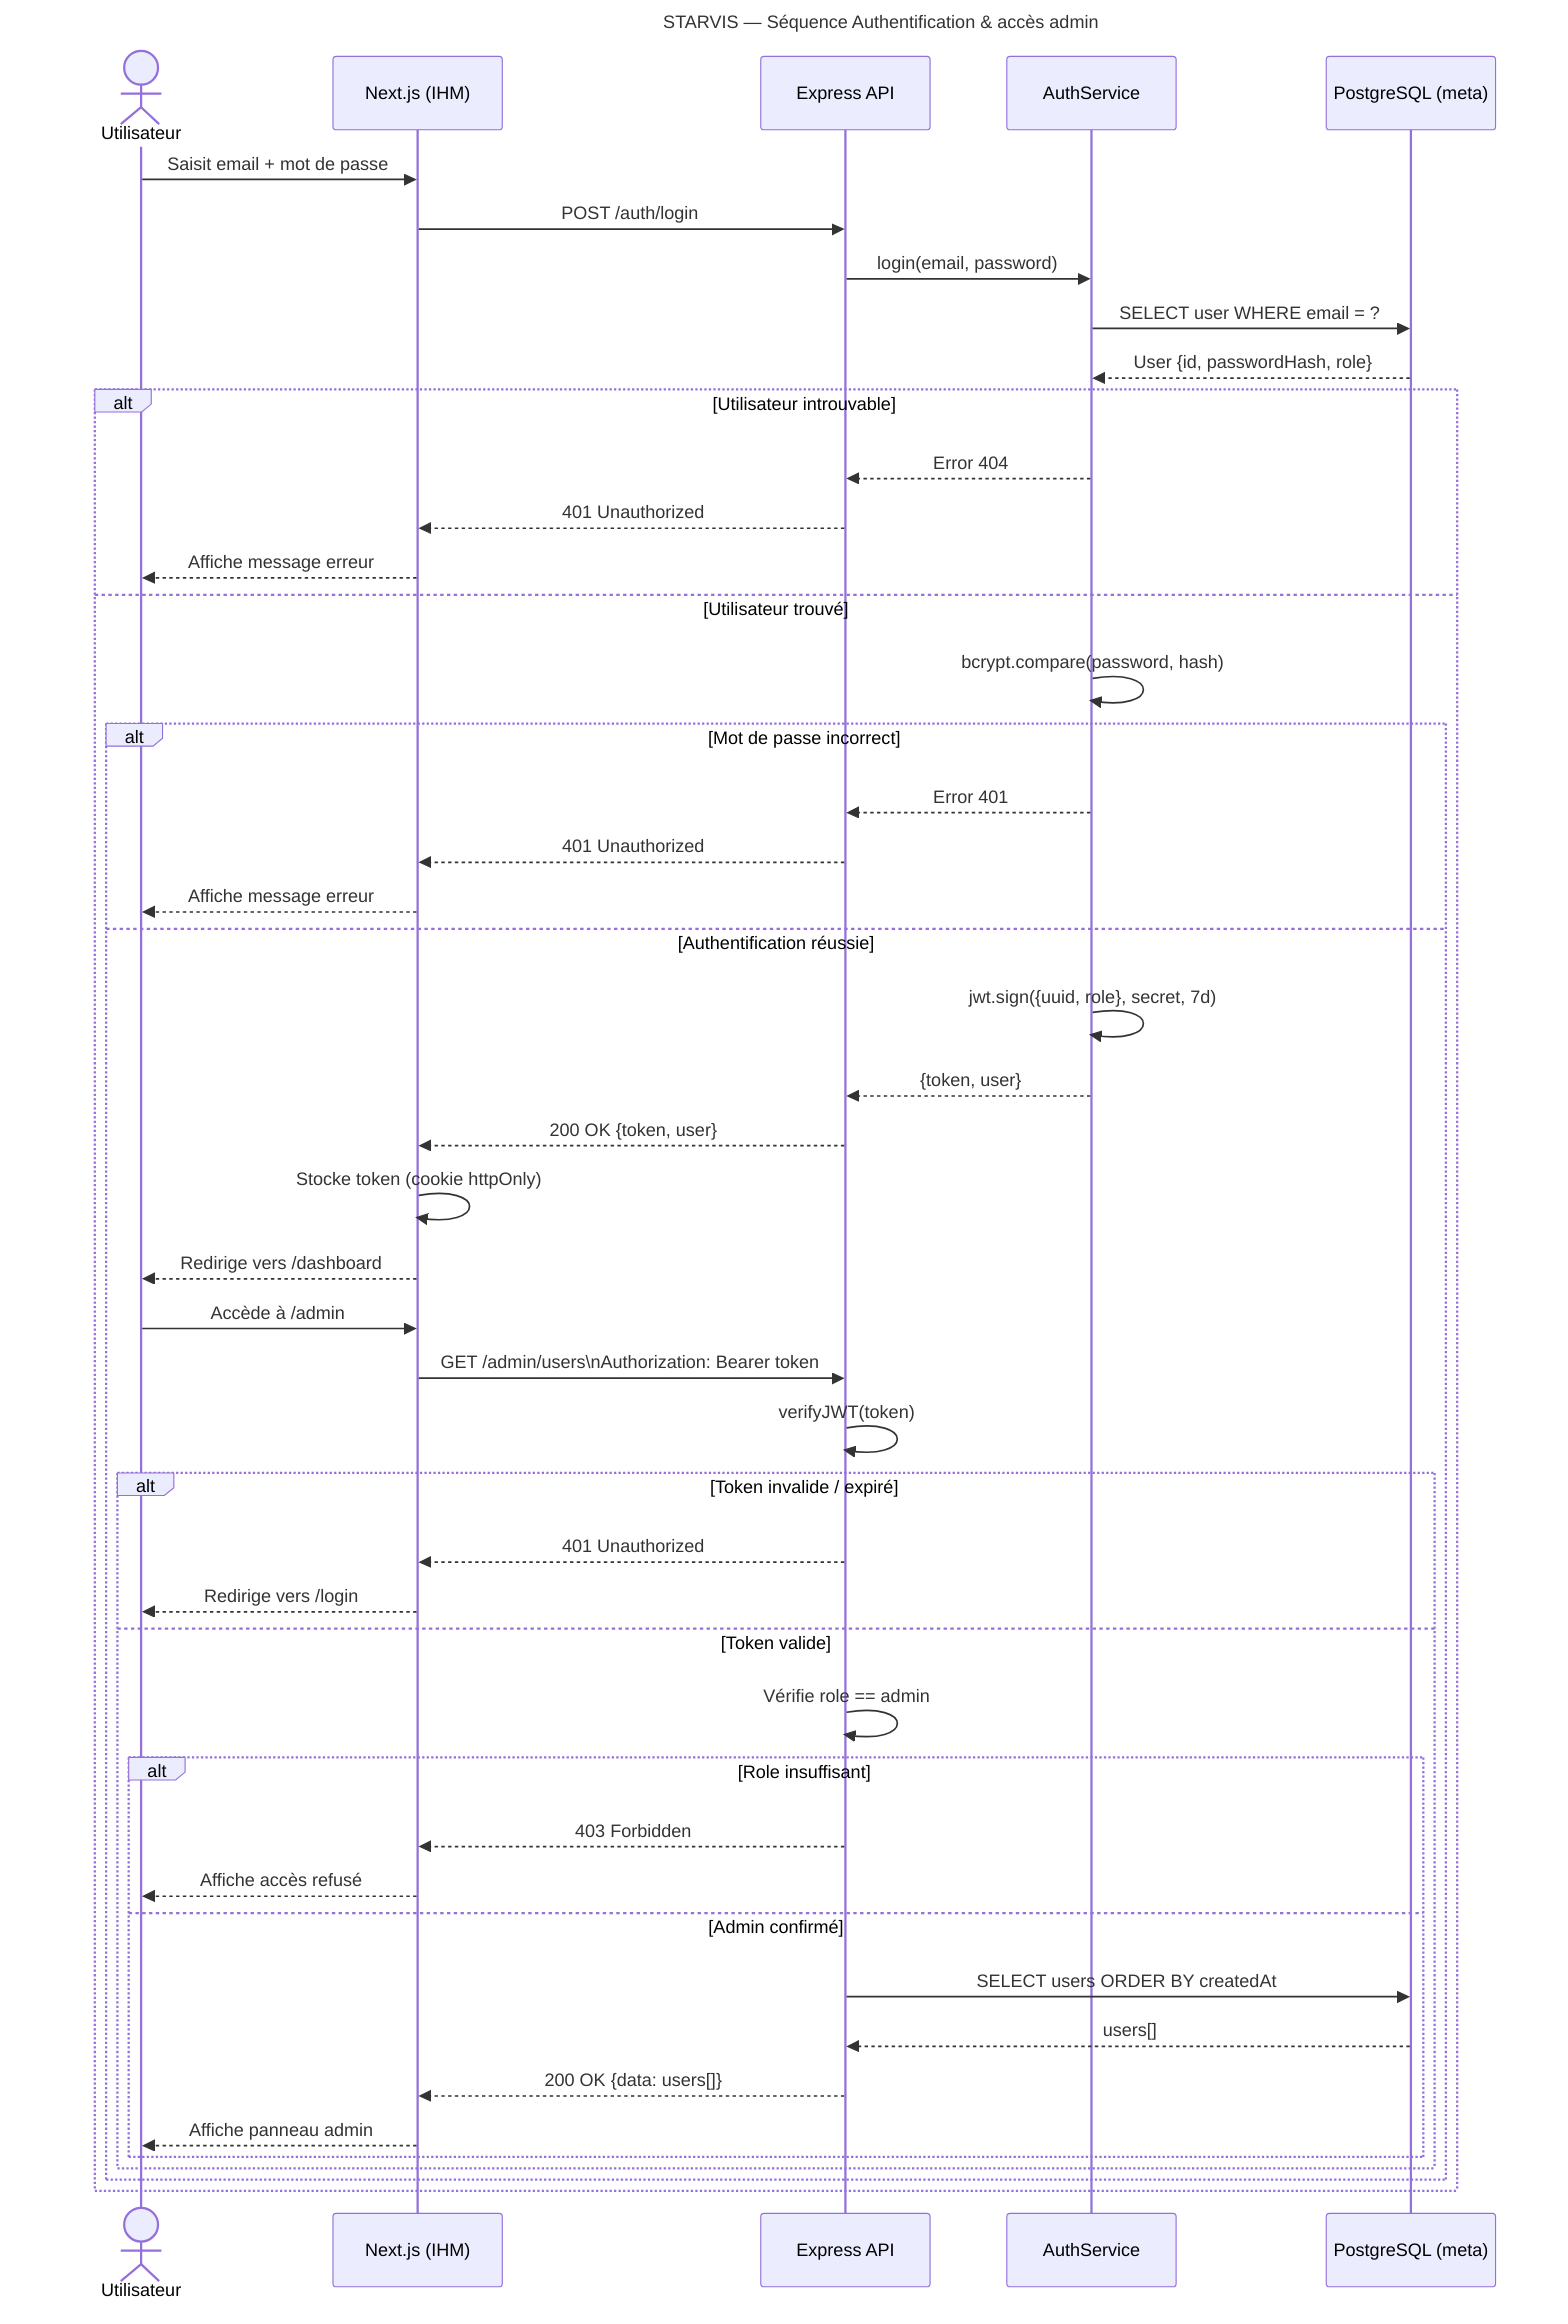
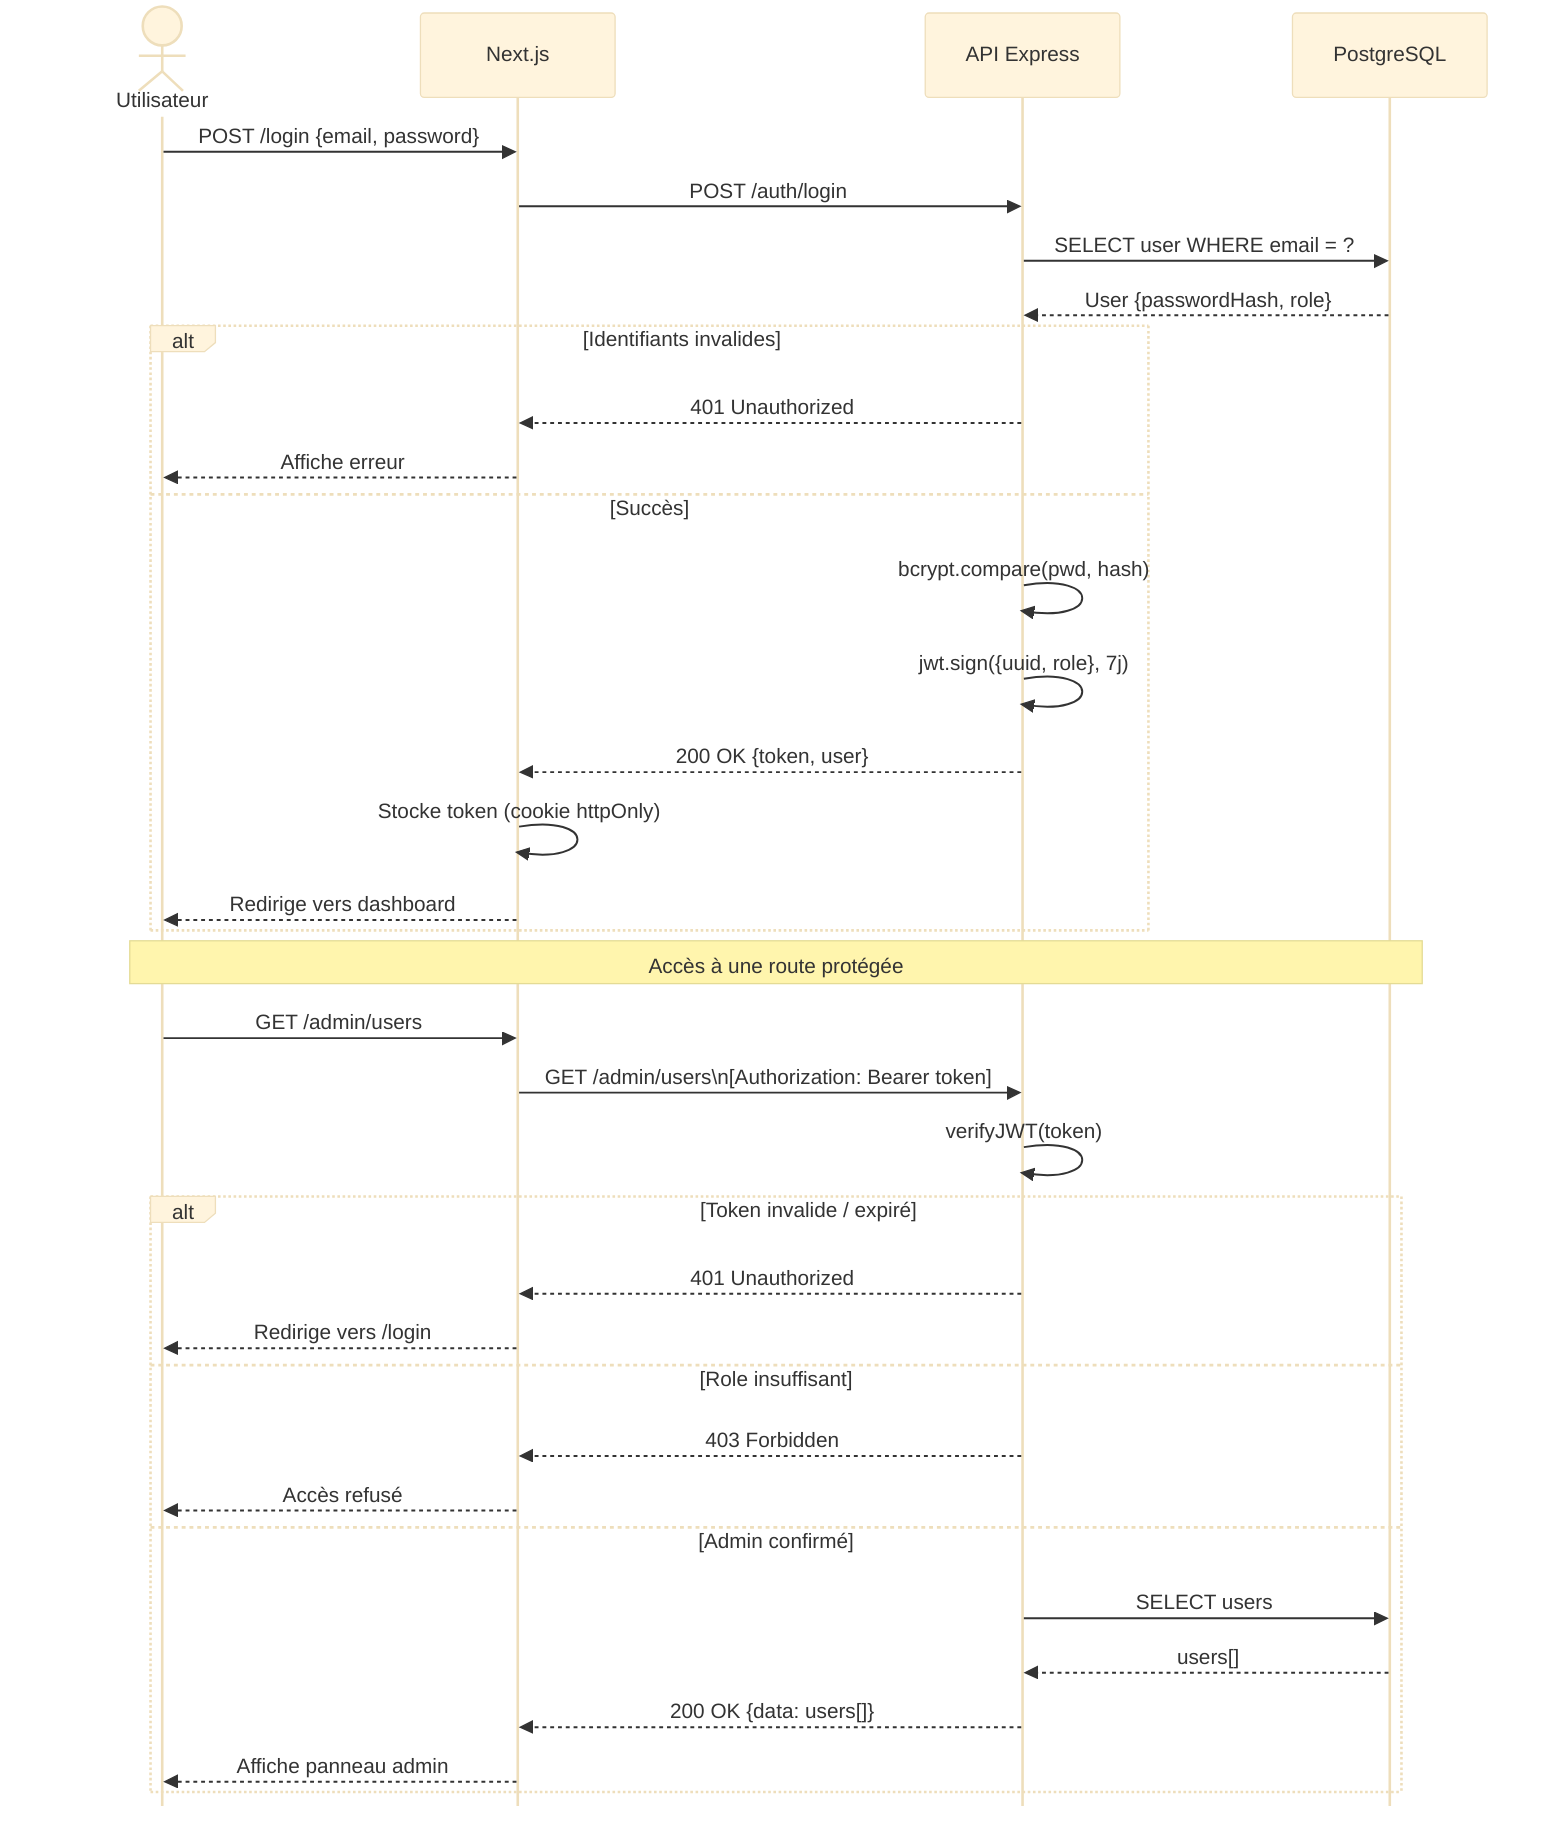
- ---
- title: STARVIS — Séquence Authentification & accès admin
- ---
+ %%{init: {'theme': 'base', 'themeVariables': {'fontSize': '13px', 'fontFamily': 'Arial'}, 'sequence': {'actorFontSize': 13, 'messageFontSize': 12, 'mirrorActors': false, 'useMaxWidth': true, 'boxMargin': 8, 'noteMargin': 8}}}%%
sequenceDiagram
    actor U as Utilisateur
-     participant IHM as Next.js (IHM)
-     participant API as Express API
-     participant Auth as AuthService
-     participant DB as PostgreSQL (meta)
+     participant IHM as Next.js
+     participant API as API Express
+     participant DB as PostgreSQL

-     U->>IHM: Saisit email + mot de passe
+     U->>IHM: POST /login {email, password}
    IHM->>API: POST /auth/login
-     API->>Auth: login(email, password)
-     Auth->>DB: SELECT user WHERE email = ?
-     DB-->>Auth: User {id, passwordHash, role}
+     API->>DB: SELECT user WHERE email = ?
+     DB-->>API: User {passwordHash, role}

-     alt Utilisateur introuvable
-         Auth-->>API: Error 404
+     alt Identifiants invalides
        API-->>IHM: 401 Unauthorized
-         IHM-->>U: Affiche message erreur
-     else Utilisateur trouvé
-         Auth->>Auth: bcrypt.compare(password, hash)
-         alt Mot de passe incorrect
-             Auth-->>API: Error 401
-             API-->>IHM: 401 Unauthorized
-             IHM-->>U: Affiche message erreur
-         else Authentification réussie
-             Auth->>Auth: jwt.sign({uuid, role}, secret, 7d)
-             Auth-->>API: {token, user}
-             API-->>IHM: 200 OK {token, user}
-             IHM->>IHM: Stocke token (cookie httpOnly)
-             IHM-->>U: Redirige vers /dashboard
+         IHM-->>U: Affiche erreur
+     else Succès
+         API->>API: bcrypt.compare(pwd, hash)
+         API->>API: jwt.sign({uuid, role}, 7j)
+         API-->>IHM: 200 OK {token, user}
+         IHM->>IHM: Stocke token (cookie httpOnly)
+         IHM-->>U: Redirige vers dashboard
+     end

-             U->>IHM: Accède à /admin
-             IHM->>API: GET /admin/users\nAuthorization: Bearer token
-             API->>API: verifyJWT(token)
+     Note over U,DB: Accès à une route protégée
+     U->>IHM: GET /admin/users
+     IHM->>API: GET /admin/users\n[Authorization: Bearer token]
+     API->>API: verifyJWT(token)

-             alt Token invalide / expiré
-                 API-->>IHM: 401 Unauthorized
-                 IHM-->>U: Redirige vers /login
-             else Token valide
-                 API->>API: Vérifie role == admin
-                 alt Role insuffisant
-                     API-->>IHM: 403 Forbidden
-                     IHM-->>U: Affiche accès refusé
-                 else Admin confirmé
-                     API->>DB: SELECT users ORDER BY createdAt
-                     DB-->>API: users[]
-                     API-->>IHM: 200 OK {data: users[]}
-                     IHM-->>U: Affiche panneau admin
-                 end
-             end
-         end
+     alt Token invalide / expiré
+         API-->>IHM: 401 Unauthorized
+         IHM-->>U: Redirige vers /login
+     else Role insuffisant
+         API-->>IHM: 403 Forbidden
+         IHM-->>U: Accès refusé
+     else Admin confirmé
+         API->>DB: SELECT users
+         DB-->>API: users[]
+         API-->>IHM: 200 OK {data: users[]}
+         IHM-->>U: Affiche panneau admin
    end
